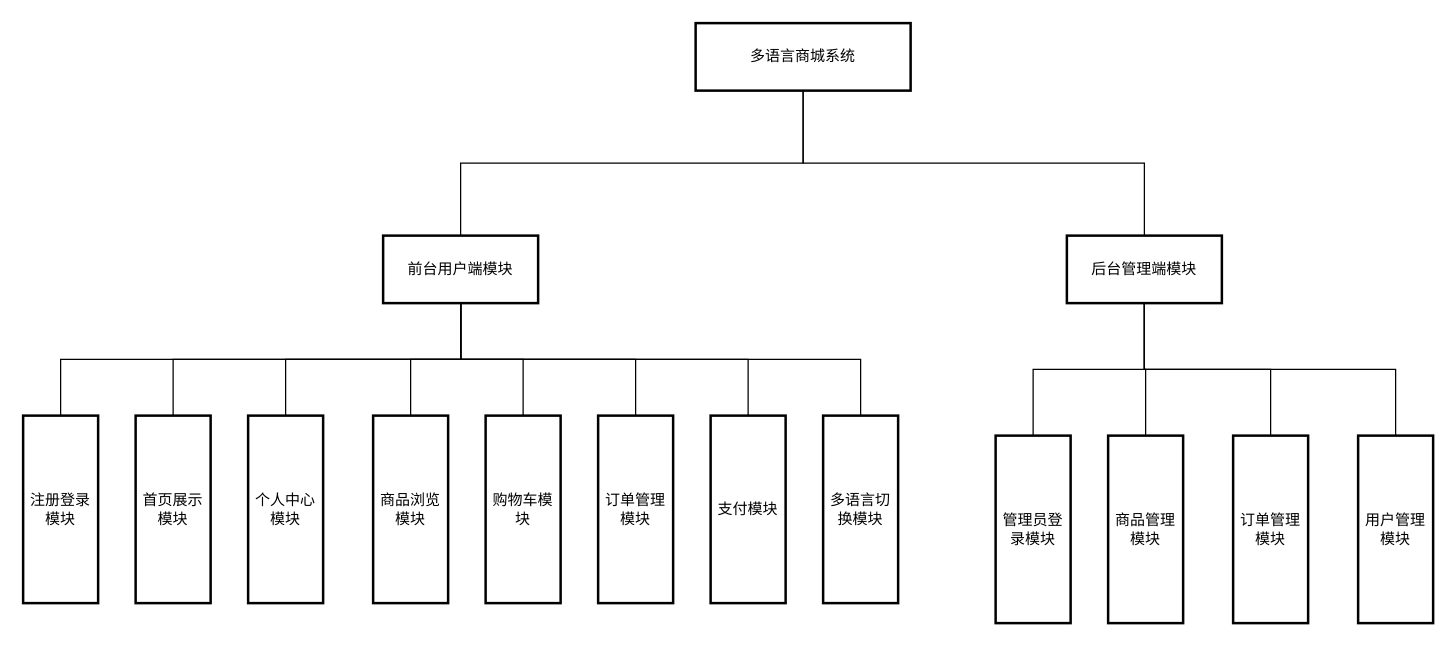
Before: page "第 1 页" (1 of 2) of 系统功能模块.drawio in 194568/test1, a draw.io diagram. Source tidied: cells renumbered, new cells numbered last; positions are measured from the earlier drawing's top-left corner, leaving out a move shared by most shapes. Both pictures are drawn from the tidied source at 125%, with x=0, y=0 at pixel (22, 22).
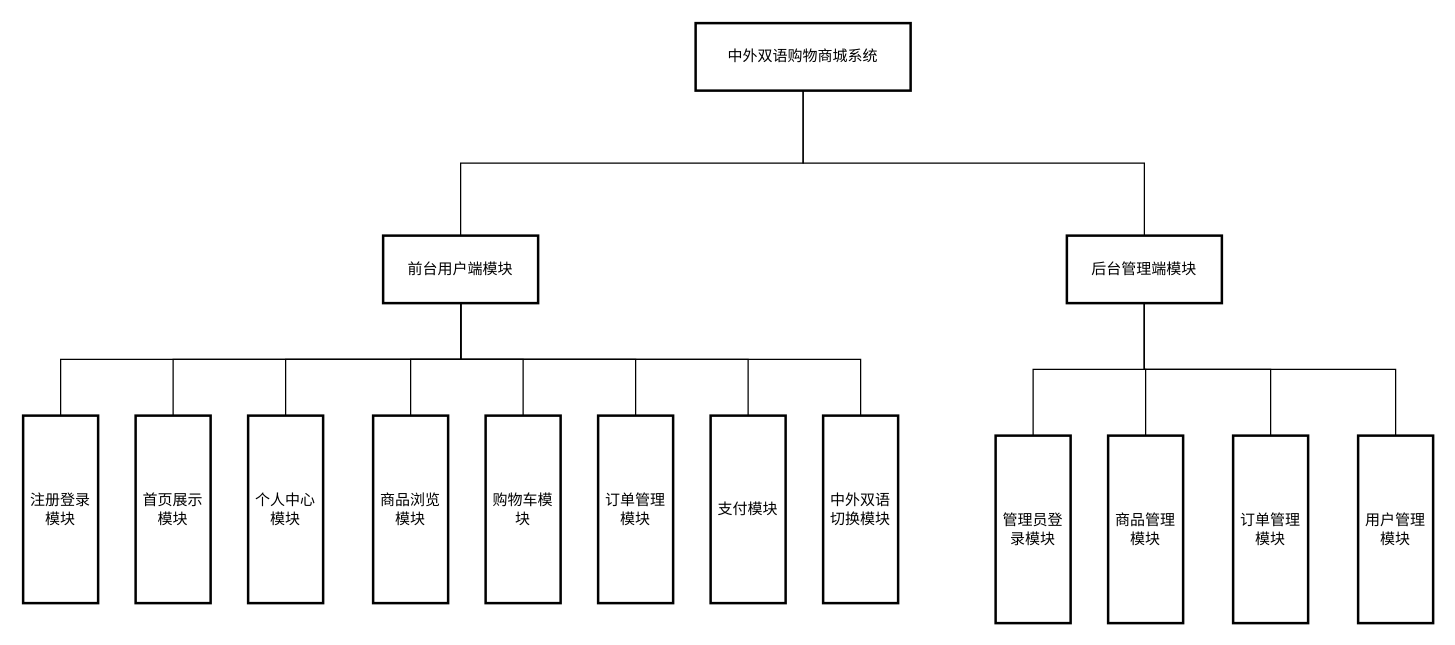
Above is the later version.

Commit message:
更新系统功能模块.drawio

What changed in the source:
```diff
@@
-    <mxCell id="4" value="多语言商城系统" style="whiteSpace=wrap;strokeWidth=2;" parent="1" vertex="1">
+    <mxCell id="4" value="中外双语购物商城系统" style="whiteSpace=wrap;strokeWidth=2;" parent="1" vertex="1">
       <mxGeometry x="538" width="172" height="54" as="geometry" />
     </mxCell>
@@
-    <mxCell id="25" value="多语言切换模块" style="whiteSpace=wrap;strokeWidth=2;" parent="1" vertex="1">
+    <mxCell id="25" value="中外双语切换模块" style="whiteSpace=wrap;strokeWidth=2;" parent="1" vertex="1">
       <mxGeometry x="640" y="314" width="60" height="150" as="geometry" />
     </mxCell>
```
